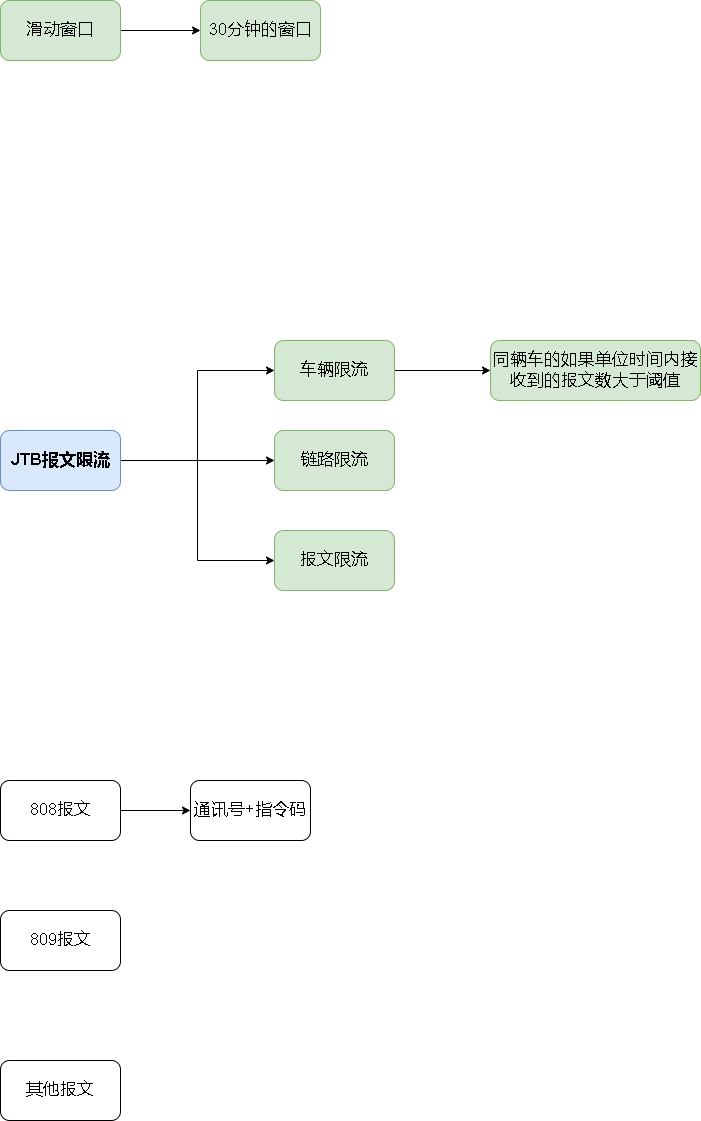
Earlier version of the draw.io export jtb报文限流.drawio.png (xktder/draw). Source tidied: cells renumbered, new cells last; positions are measured from the earlier drawing's top-left corner, leaving out a move shared by most shapes.
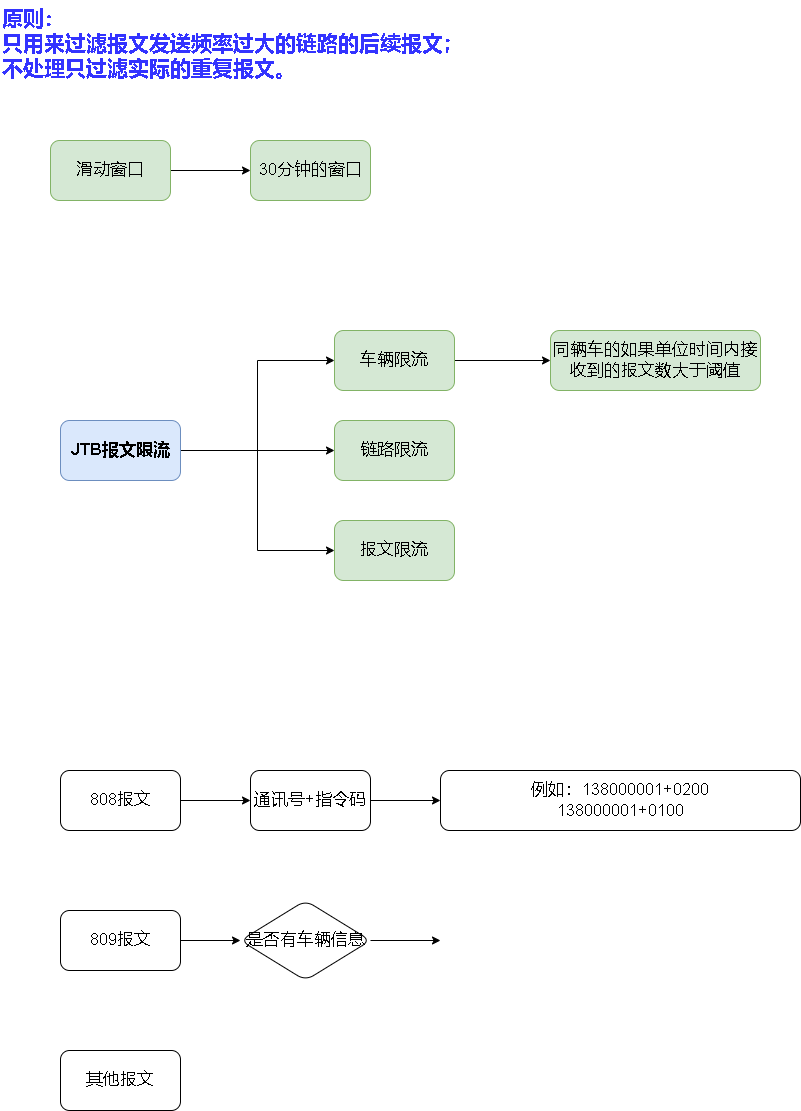
The same file after the commit.

Commit message:
更新jtb报文限流.drawio.png

What changed in the source:
```diff
@@ -20,8 +20,11 @@
     <mxCell id="7" value="808报文" style="rounded=1;whiteSpace=wrap;html=1;fontSize=17;" parent="1" vertex="1">
       <mxGeometry y="780" width="120" height="60" as="geometry" />
     </mxCell>
+    <mxCell id="19" style="edgeStyle=orthogonalEdgeStyle;rounded=0;jettySize=auto;html=1;fontColor=#3333FF;" parent="1" edge="1" source="8" target="23">
+      <mxGeometry relative="1" as="geometry" />
+    </mxCell>
     <mxCell id="8" value="809报文" style="rounded=1;whiteSpace=wrap;html=1;fontSize=17;" parent="1" vertex="1">
-      <mxGeometry y="910" width="120" height="60" as="geometry" />
+      <mxGeometry y="920" width="120" height="60" as="geometry" />
     </mxCell>
     <mxCell id="9" value="其他报文" style="rounded=1;whiteSpace=wrap;html=1;fontSize=17;" parent="1" vertex="1">
       <mxGeometry y="1060" width="120" height="60" as="geometry" />
@@ -45,13 +48,30 @@
       <mxGeometry relative="1" as="geometry" />
     </mxCell>
     <mxCell id="16" value="滑动窗口" style="rounded=1;whiteSpace=wrap;html=1;fontSize=17;fillColor=#d5e8d4;strokeColor=#82b366;" parent="1" vertex="1">
-      <mxGeometry width="120" height="60" as="geometry" />
+      <mxGeometry x="-10" y="150" width="120" height="60" as="geometry" />
     </mxCell>
     <mxCell id="17" value="30分钟的窗口" style="rounded=1;whiteSpace=wrap;html=1;fontSize=17;fillColor=#d5e8d4;strokeColor=#82b366;" parent="1" vertex="1">
-      <mxGeometry x="200" width="120" height="60" as="geometry" />
+      <mxGeometry x="190" y="150" width="120" height="60" as="geometry" />
     </mxCell>
+    <mxCell id="20" style="edgeStyle=orthogonalEdgeStyle;rounded=0;jettySize=auto;html=1;fontColor=#3333FF;entryX=0;entryY=0.5;entryDx=0;entryDy=0;" parent="1" edge="1" source="18" target="21">
+      <mxGeometry relative="1" as="geometry" />
+    </mxCell>
     <mxCell id="18" value="通讯号+指令码" style="whiteSpace=wrap;html=1;fontSize=17;rounded=1;" parent="1" vertex="1">
       <mxGeometry x="190" y="780" width="120" height="60" as="geometry" />
     </mxCell>
+    <mxCell id="21" value="例如：138000001+0200&lt;br&gt;138000001+0100" style="whiteSpace=wrap;html=1;fontSize=17;rounded=1;" parent="1" vertex="1">
+      <mxGeometry x="380" y="780" width="360" height="60" as="geometry" />
+    </mxCell>
+    <mxCell id="22" style="edgeStyle=orthogonalEdgeStyle;rounded=0;jettySize=auto;html=1;fontColor=#3333FF;" parent="1" edge="1" source="23">
+      <mxGeometry relative="1" as="geometry">
+        <mxPoint x="380" y="950" as="targetPoint" />
+      </mxGeometry>
+    </mxCell>
+    <mxCell id="23" value="是否有车辆信息" style="rhombus;whiteSpace=wrap;html=1;fontSize=17;rounded=1;" parent="1" vertex="1">
+      <mxGeometry x="180" y="910" width="130" height="80" as="geometry" />
+    </mxCell>
+    <mxCell id="24" value="&lt;font style=&quot;font-size: 21px;&quot;&gt;&lt;b&gt;原则：&lt;br&gt;只用来过滤报文发送频率过大的链路的后续报文；&lt;br&gt;不处理只过滤实际的重复报文。&lt;/b&gt;&lt;/font&gt;" style="text;html=1;strokeColor=none;fillColor=none;align=left;verticalAlign=top;whiteSpace=wrap;rounded=0;fontColor=#3333FF;" parent="1" vertex="1">
+      <mxGeometry x="-60" y="10" width="640" height="80" as="geometry" />
+    </mxCell>
   </root>
 </mxGraphModel>
```
